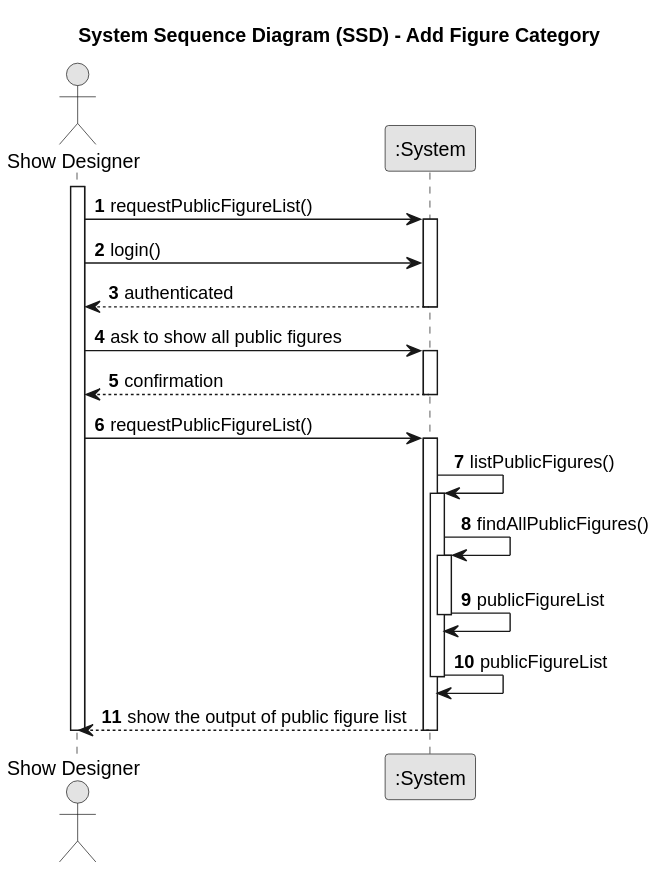
This is docs/planning/sprint2/EAPLI/US231 - List public figures in Figure catalogue/01.requirements-engineering/svg/us231-sequence-diagram.svg from SAEmanuel/Shodrone_ISEP, a PlantUML export, as it was before one commit. Its diagram source:
```plantuml
@startuml
skinparam monochrome true
skinparam packageStyle rectangle
skinparam shadowing false

title System Sequence Diagram (SSD) - Add Figure Category

autonumber

actor "Show Designer" as SD
participant ":System" as System

activate SD

SD -> System: requestPublicFigureList()
    activate System

    SD -> System: login()
    System --> SD: authenticated

    deactivate System
    SD -> System: ask to show all public figures

    activate System

    System --> SD: confirmation
    deactivate System

    SD -> System: requestPublicFigureList()

    activate System
        System -> System: listPublicFigures()
        activate System

        System -> System: findAllPublicFigures()
        activate System

        System -> System: publicFigureList
        deactivate System

        System -> System: publicFigureList
        deactivate System

        System --> SD: show the output of public figure list
    deactivate System
deactivate SD
@enduml
```
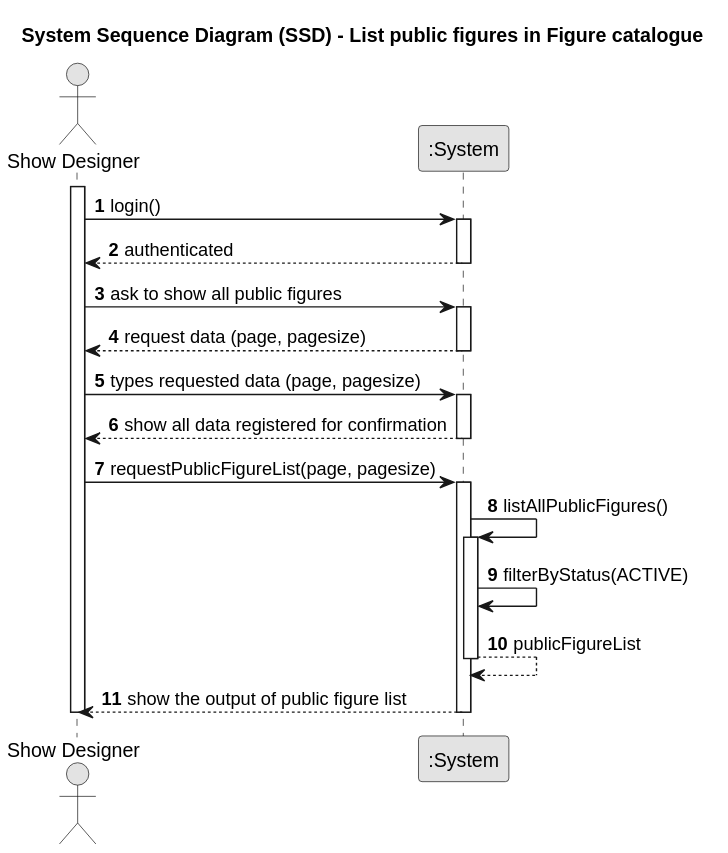
The same file after the commit.

The edit, as a diff of the source:
```diff
@@ -3,8 +3,7 @@
 skinparam packageStyle rectangle
 skinparam shadowing false
 
-title System Sequence Diagram (SSD) - Add Figure Category
-
+title System Sequence Diagram (SSD) - List public figures in Figure catalogue
 autonumber
 
 actor "Show Designer" as SD
@@ -12,10 +11,9 @@
 
 activate SD
 
-SD -> System: requestPublicFigureList()
+    SD -> System: login()
     activate System
 
-    SD -> System: login()
     System --> SD: authenticated
 
     deactivate System
@@ -23,22 +21,26 @@
 
     activate System
 
-    System --> SD: confirmation
+    System --> SD: request data (page, pagesize)
+    deactivate System
+    SD -> System: types requested data (page, pagesize)
+
+    activate System
+
+    System --> SD: show all data registered for confirmation
     deactivate System
 
-    SD -> System: requestPublicFigureList()
+    SD -> System: requestPublicFigureList(page, pagesize)
 
     activate System
-        System -> System: listPublicFigures()
+
+
+        System -> System: listAllPublicFigures()
         activate System
 
-        System -> System: findAllPublicFigures()
-        activate System
+            System -> System: filterByStatus(ACTIVE)
 
-        System -> System: publicFigureList
-        deactivate System
-
-        System -> System: publicFigureList
+        System --> System: publicFigureList
         deactivate System
 
         System --> SD: show the output of public figure list
```
